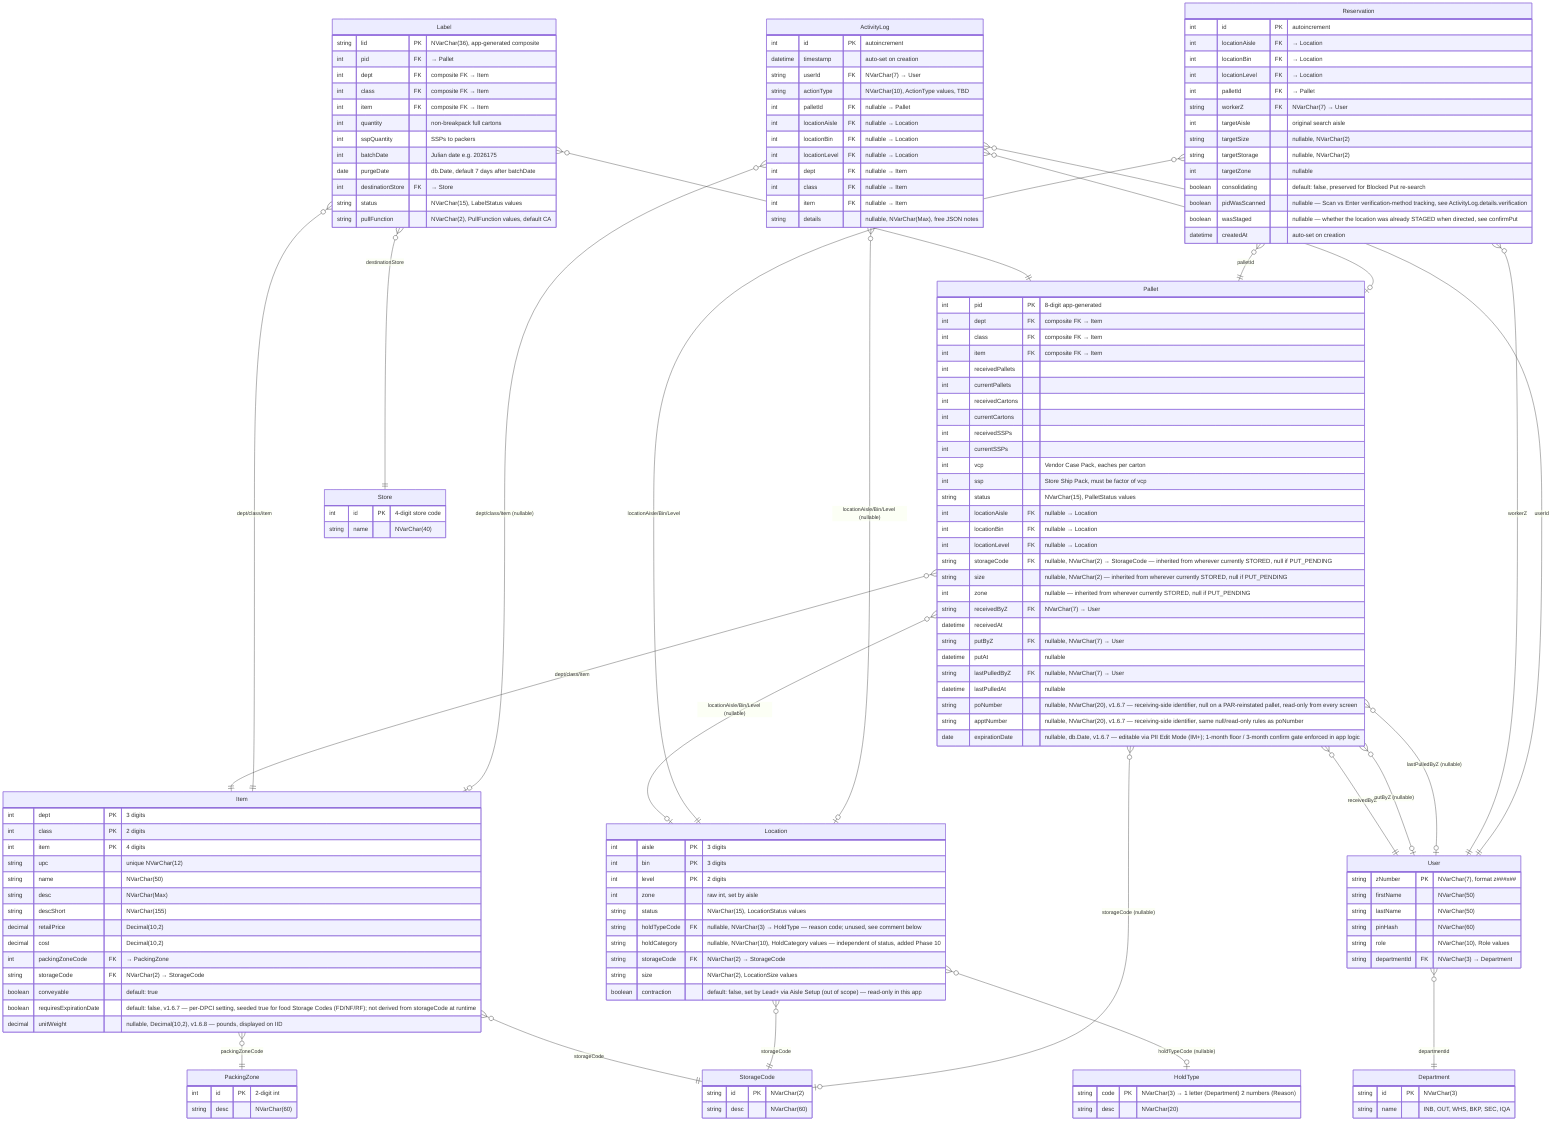
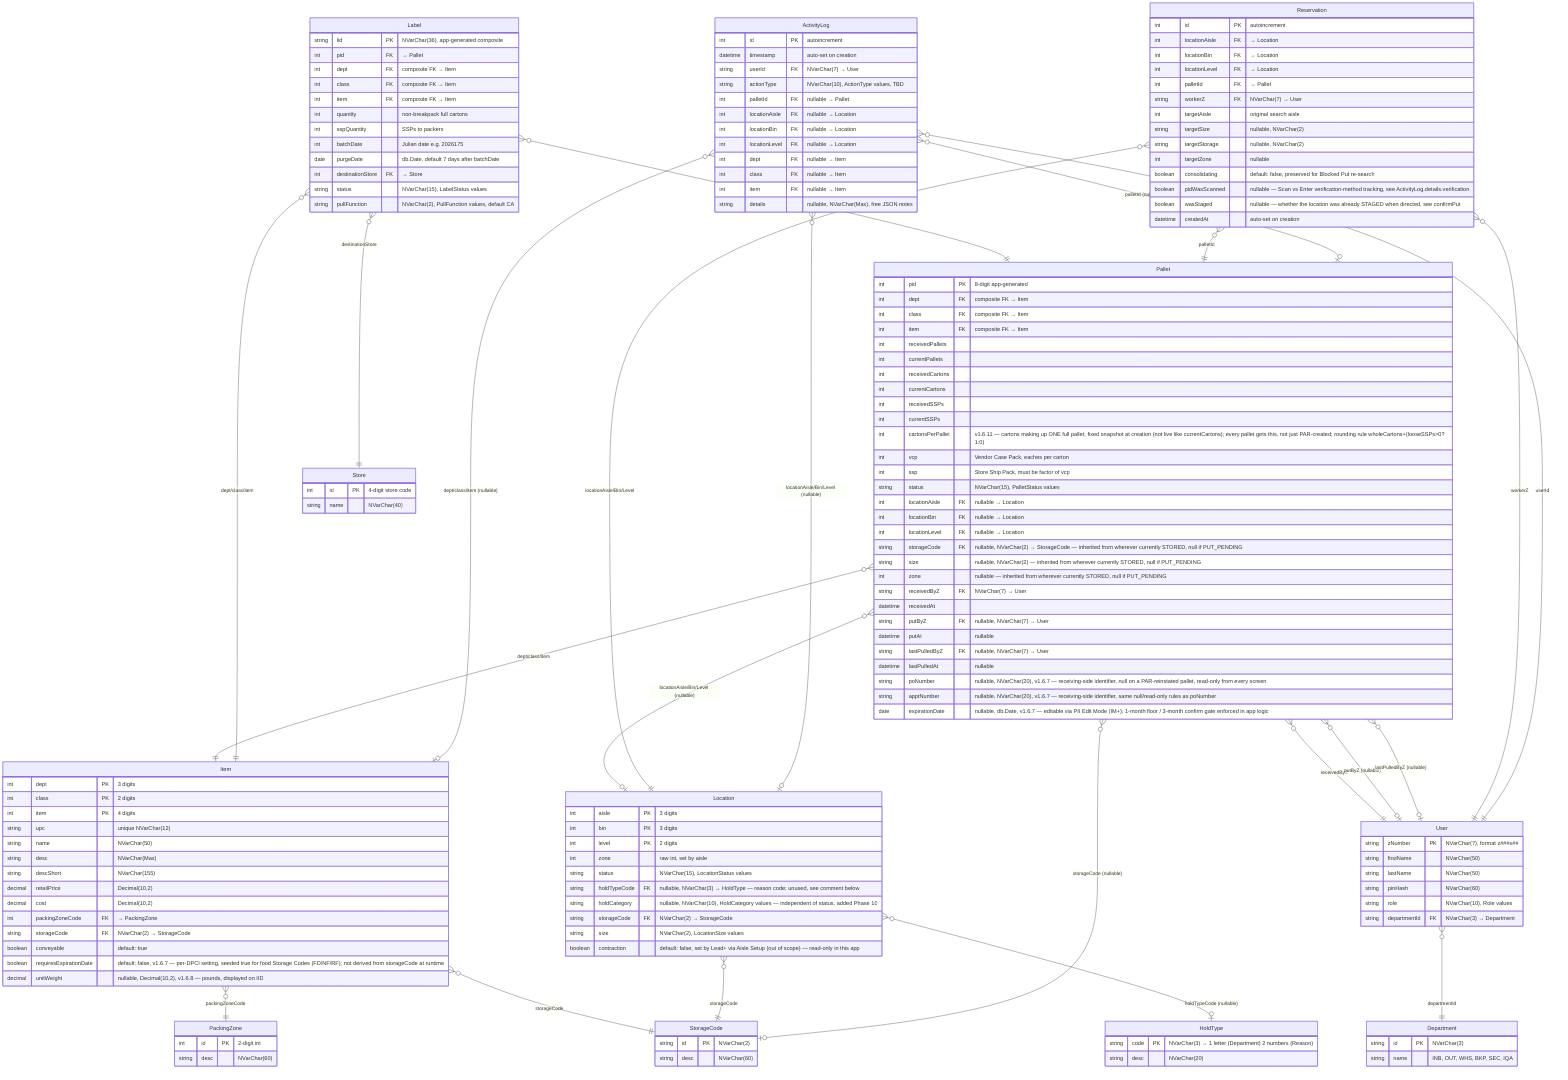
erDiagram

    %% ============================================================
    %% COMPOSITE PRIMARY KEYS (Prisma @@id — not expressible in ERD)
    %% ============================================================
    %% Item:     @@id([dept, class, item], name: "DPCI")
    %% Location: @@id([aisle, bin, level], name: "LocationID")
    %% ============================================================
    %% ENUMS — stored as NVarChar strings (Prisma v7 SQL Server does not support enum blocks)
    %% LocationStatus: EMPTY, STORED, PULL_PENDING, RESERVED, STAGED                                           → NVarChar(15)
    %% HoldCategory:   HOLD_IN, HOLD_OUT, HOLD_BOTH, HOLD_PERM (Location.holdCategory, independent of status)   → NVarChar(10)
    %% LocationSize:   XS, HS, S, M, L                                                                         → NVarChar(2)
    %% PalletStatus:   PUT_PENDING, STORED, PULL_PENDING, PULLED, CANCELED, CONSOLIDATED (open — expand as needed) → NVarChar(15)
    %% LabelStatus:    AVAILABLE, PRINTED, PULLED, DIVERTED, CANCELED, PURGED                                  → NVarChar(15)
    %% PullFunction:   CA (Carton Air), CF (Carton Floor), FP (Full Pallet), BK (Bulk/level-0, not in demo)   → NVarChar(2)
    %% Role:           ADMIN, MANAGER, LEAD, IM, WORKER                                                        → NVarChar(10)
    %% ActionType:     EDIT_PAL, PULL, RESERVE, PUT, UNASSIGN, BLOCK_PUT, RES_TMOUT, MNP_SCAN, STAGE, RESTAGE,
    %%                 HOLD_PLACE, HOLD_CLEAR, REINSTATE                                                       → NVarChar(10)
    %% ============================================================
    %% BUSINESS RULES
    %% SSP must be a factor of VCP (enforced in app logic, not schema)
    %% LID format: {storeCode(1-4)}{DPCI(9)}{pid(8)}{random(8)}{batchDate(7)} = NVarChar(36)
    %% DPCI(9) is zero-padded: dept(3) + class(2) + item(4)
    %% pid: app-generated 8-digit Int with collision check
    %% zNumber format: z###x## (z + 3 digits + 1 letter + 2 digits) = NVarChar(7)
    %% PurgeDate defaults to 7 days after batchDate, set at label creation in app logic
    %% Status change to PURGED triggered in app logic on purge date
    %% ActionType enum must be defined and expanded as features are built
    %% Location.holdTypeCode (reason-code FK) is unpopulated — WLH.md states the reason
    %% code is written only to ActivityLog.details, never stored as a column (Phase 10)
    %% ============================================================

    Item {
        int dept PK "3 digits"
        int class PK "2 digits"
        int item PK "4 digits"
        string upc "unique NVarChar(12)"
        string name "NVarChar(50)"
        string desc "NVarChar(Max)"
        string descShort "NVarChar(155)"
        decimal retailPrice "Decimal(10,2)"
        decimal cost "Decimal(10,2)"
        int packingZoneCode FK "→ PackingZone"
        string storageCode FK "NVarChar(2) → StorageCode"
        boolean conveyable "default: true"
        boolean requiresExpirationDate "default: false, v1.6.7 — per-DPCI setting, seeded true for food Storage Codes (FD/NF/RF); not derived from storageCode at runtime"
        decimal unitWeight "nullable, Decimal(10,2), v1.6.8 — pounds, displayed on IID"
    }

    PackingZone {
        int id PK "2-digit int"
        string desc "NVarChar(60)"
    }

    StorageCode {
        string id PK "NVarChar(2)"
        string desc "NVarChar(60)"
    }

    Location {
        int aisle PK "3 digits"
        int bin PK "3 digits"
        int level PK "2 digits"
        int zone "raw int, set by aisle"
        string status "NVarChar(15), LocationStatus values"
        string holdTypeCode FK "nullable, NVarChar(3) → HoldType — reason code; unused, see comment below"
        string holdCategory "nullable, NVarChar(10), HoldCategory values — independent of status, added Phase 10"
        string storageCode FK "NVarChar(2) → StorageCode"
        string size "NVarChar(2), LocationSize values"
        boolean contraction "default: false, set by Lead+ via Aisle Setup (out of scope) — read-only in this app"
    }

    HoldType {
        string code PK "NVarChar(3) → 1 letter (Department) 2 numbers (Reason)"
        string desc "NVarChar(20)"
    }

    Pallet {
        int pid PK "8-digit app-generated"
        int dept FK "composite FK → Item"
        int class FK "composite FK → Item"
        int item FK "composite FK → Item"
        int receivedPallets
        int currentPallets
        int receivedCartons
        int currentCartons
        int receivedSSPs
        int currentSSPs
+         int cartonsPerPallet "v1.6.11 — cartons making up ONE full pallet, fixed snapshot at creation (not live like currentCartons); every pallet gets this, not just PAR-created; rounding rule wholeCartons+(looseSSPs>0?1:0)"
        int vcp "Vendor Case Pack, eaches per carton"
        int ssp "Store Ship Pack, must be factor of vcp"
        string status "NVarChar(15), PalletStatus values"
        int locationAisle FK "nullable → Location"
        int locationBin FK "nullable → Location"
        int locationLevel FK "nullable → Location"
        string storageCode FK "nullable, NVarChar(2) → StorageCode — inherited from wherever currently STORED, null if PUT_PENDING"
        string size "nullable, NVarChar(2) — inherited from wherever currently STORED, null if PUT_PENDING"
        int zone "nullable — inherited from wherever currently STORED, null if PUT_PENDING"
        string receivedByZ FK "NVarChar(7) → User"
        datetime receivedAt
        string putByZ FK "nullable, NVarChar(7) → User"
        datetime putAt "nullable"
        string lastPulledByZ FK "nullable, NVarChar(7) → User"
        datetime lastPulledAt "nullable"
        string poNumber "nullable, NVarChar(20), v1.6.7 — receiving-side identifier, null on a PAR-reinstated pallet, read-only from every screen"
        string apptNumber "nullable, NVarChar(20), v1.6.7 — receiving-side identifier, same null/read-only rules as poNumber"
        date expirationDate "nullable, db.Date, v1.6.7 — editable via PII Edit Mode (IM+); 1-month floor / 3-month confirm gate enforced in app logic"
    }

    Label {
        string lid PK "NVarChar(36), app-generated composite"
        int pid FK "→ Pallet"
        int dept FK "composite FK → Item"
        int class FK "composite FK → Item"
        int item FK "composite FK → Item"
        int quantity "non-breakpack full cartons"
        int sspQuantity "SSPs to packers"
        int batchDate "Julian date e.g. 2026175"
        date purgeDate "db.Date, default 7 days after batchDate"
        int destinationStore FK "→ Store"
        string status "NVarChar(15), LabelStatus values"
        string pullFunction "NVarChar(2), PullFunction values, default CA"
    }

    Store {
        int id PK "4-digit store code"
        string name "NVarChar(40)"
    }

    User {
        string zNumber PK "NVarChar(7), format z###x##"
        string firstName "NVarChar(50)"
        string lastName "NVarChar(50)"
        string pinHash "NVarChar(60)"
        string role "NVarChar(10), Role values"
        string departmentId FK "NVarChar(3) → Department"
    }

    Department {
        string id PK "NVarChar(3)"
        string name "INB, OUT, WHS, BKP, SEC, IQA"
    }

    Reservation {
        int id PK "autoincrement"
        int locationAisle FK "→ Location"
        int locationBin FK "→ Location"
        int locationLevel FK "→ Location"
        int palletId FK "→ Pallet"
        string workerZ FK "NVarChar(7) → User"
        int targetAisle "original search aisle"
        string targetSize "nullable, NVarChar(2)"
        string targetStorage "nullable, NVarChar(2)"
        int targetZone "nullable"
        boolean consolidating "default: false, preserved for Blocked Put re-search"
        boolean pidWasScanned "nullable — Scan vs Enter verification-method tracking, see ActivityLog.details.verification"
        boolean wasStaged "nullable — whether the location was already STAGED when directed, see confirmPut"
        datetime createdAt "auto-set on creation"
    }

    ActivityLog {
        int id PK "autoincrement"
        datetime timestamp "auto-set on creation"
        string userId FK "NVarChar(7) → User"
        string actionType "NVarChar(10), ActionType values, TBD"
        int palletId FK "nullable → Pallet"
        int locationAisle FK "nullable → Location"
        int locationBin FK "nullable → Location"
        int locationLevel FK "nullable → Location"
        int dept FK "nullable → Item"
        int class FK "nullable → Item"
        int item FK "nullable → Item"
        string details "nullable, NVarChar(Max), free JSON notes"
    }

    %% ============================================================
    %% RELATIONS
    %% ============================================================

    Item }o--|| PackingZone : "packingZoneCode"
    Item }o--|| StorageCode : "storageCode"

    Location }o--o| HoldType : "holdTypeCode (nullable)"
    Location }o--|| StorageCode : "storageCode"

    Pallet }o--|| Item : "dept/class/item"
    Pallet }o--o| Location : "locationAisle/Bin/Level (nullable)"
    Pallet }o--o| StorageCode : "storageCode (nullable)"
    Pallet }o--|| User : "receivedByZ"
    Pallet }o--o| User : "putByZ (nullable)"
    Pallet }o--o| User : "lastPulledByZ (nullable)"

    Label }o--|| Pallet : "pid"
    Label }o--|| Item : "dept/class/item"
    Label }o--|| Store : "destinationStore"

    User }o--|| Department : "departmentId"

    Reservation }o--|| Location : "locationAisle/Bin/Level"
    Reservation }o--|| Pallet : "palletId"
    Reservation }o--|| User : "workerZ"

    ActivityLog }o--|| User : "userId"
    ActivityLog }o--o| Pallet : "palletId (nullable)"
    ActivityLog }o--o| Location : "locationAisle/Bin/Level (nullable)"
    ActivityLog }o--o| Item : "dept/class/item (nullable)"
